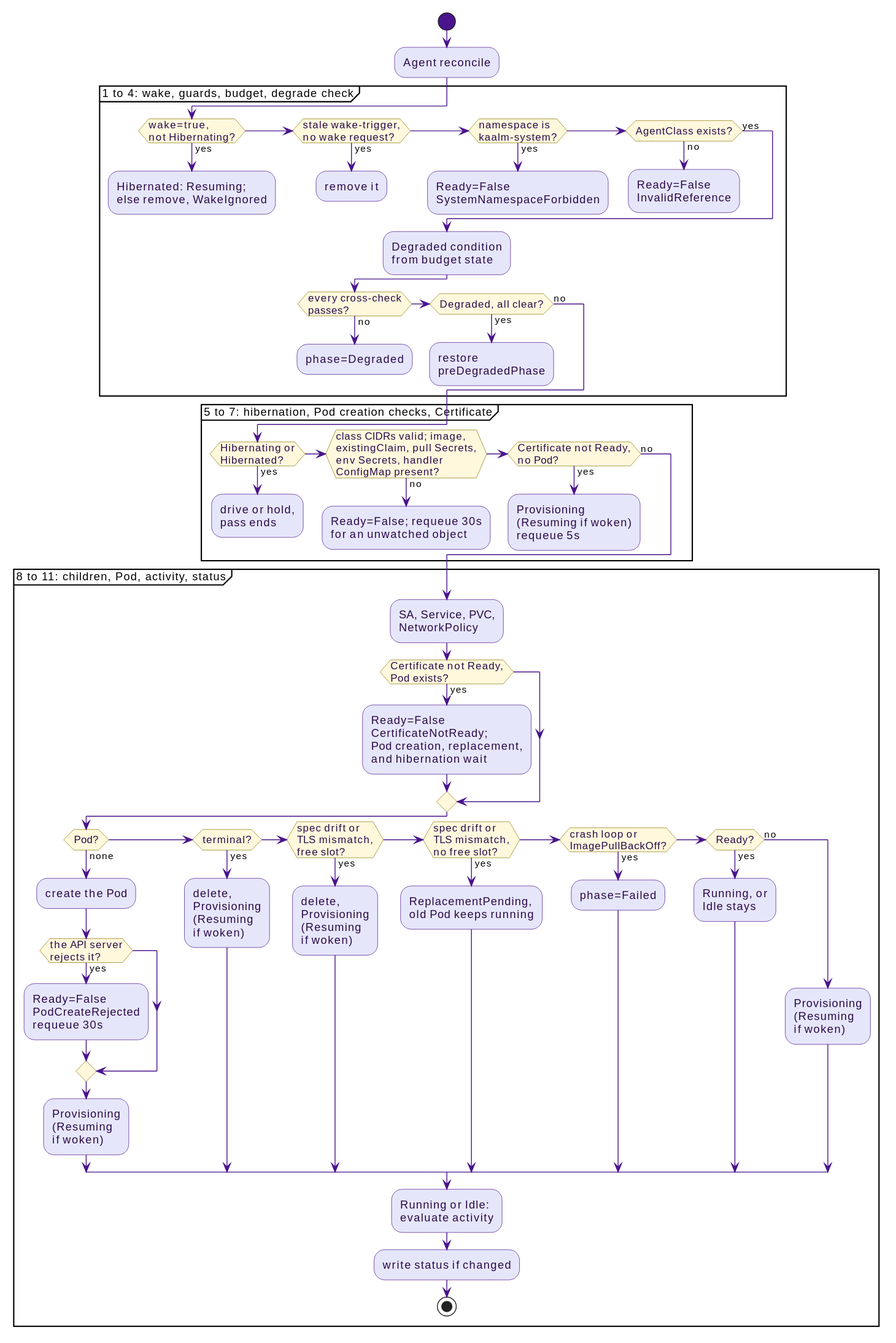
This is docs/src/diagrams/agent-reconcile-pass.svg from win07xp/kaalm, a PlantUML export, as it was before one commit.
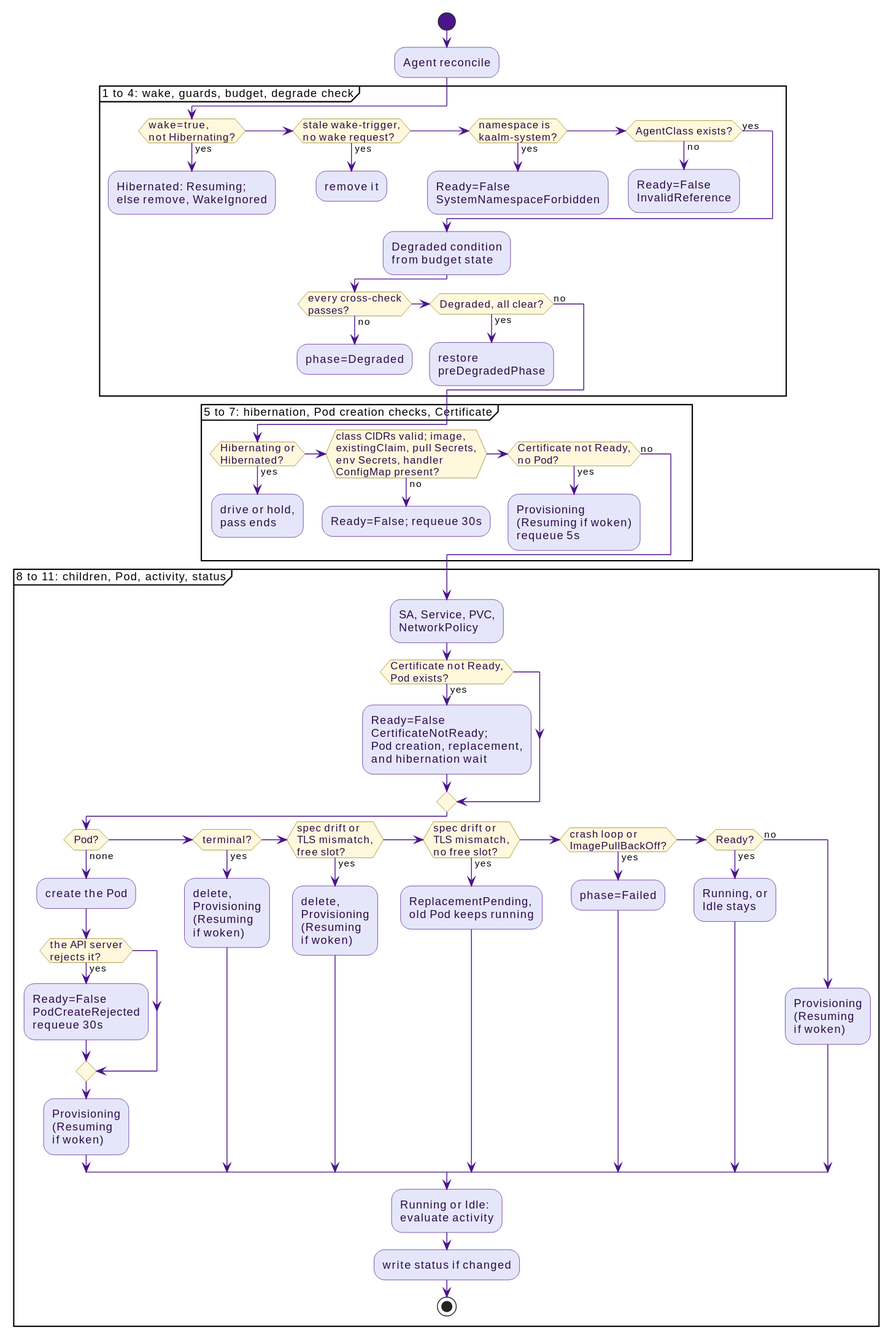
Later version of the same file.

Change to the diagram source:
```diff
@@ -35,7 +35,7 @@
     :drive or hold,\npass ends;
     kill
   elseif (class CIDRs valid; image,\nexistingClaim, pull Secrets,\nenv Secrets, handler\nConfigMap present?) then (no)
-    :Ready=False; requeue 30s\nfor an unwatched object;
+    :Ready=False; requeue 30s;
     kill
   elseif (Certificate not Ready,\nno Pod?) then (yes)
     :Provisioning\n(Resuming if woken)\nrequeue 5s;
```
